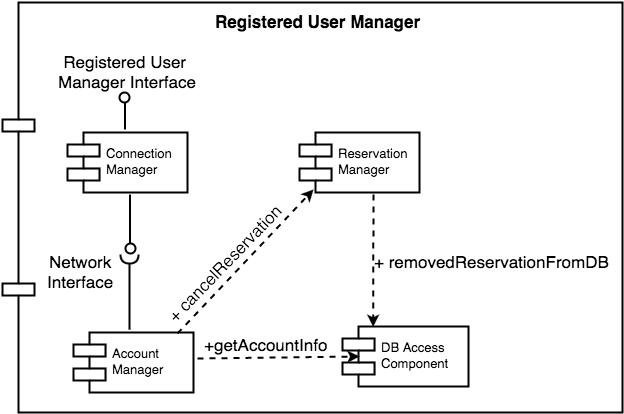
Earlier version of the draw.io export DD/Images/RegisteredUserComponent.png (isiagosti/SoftEng2_PowerEnJoy). Source tidied: cells renumbered, new cells last; positions are measured from the earlier drawing's top-left corner, leaving out a move shared by most shapes. Its diagram source:
```xml
<mxGraphModel>
  <root>
    <mxCell id="0" />
    <mxCell id="1" parent="0" />
    <mxCell id="2" style="shape=component;align=left;spacingLeft=36;rounded=1;shadow=0;glass=0;comic=0;labelBackgroundColor=none;strokeColor=#000000;strokeWidth=2;fillColor=#FFFFFF;gradientColor=none;fontSize=13;" parent="1" vertex="1">
      <mxGeometry width="620" height="410" as="geometry" />
    </mxCell>
    <mxCell id="3" value="Connection&#10;Manager" style="shape=component;align=left;spacingLeft=36;rounded=1;shadow=0;glass=0;comic=0;labelBackgroundColor=none;strokeColor=#000000;strokeWidth=2;fillColor=#FFFFFF;gradientColor=none;fontSize=13;" parent="1" vertex="1">
      <mxGeometry x="65" y="130" width="120" height="60" as="geometry" />
    </mxCell>
    <mxCell id="4" style="shape=lollipop;direction=east;html=1;rounded=1;shadow=0;glass=0;comic=0;labelBackgroundColor=none;strokeColor=#000000;strokeWidth=2;fillColor=#FFFFFF;gradientColor=none;fontSize=13;align=center;flipH=1;" parent="1" vertex="1">
      <mxGeometry x="110" y="90" width="25" height="37" as="geometry" />
    </mxCell>
    <mxCell id="5" value="Registered User&amp;nbsp;&lt;div&gt;Manager&amp;nbsp;Interface&lt;/div&gt;" style="text;html=1;align=center;verticalAlign=top;spacingTop=-4;fontSize=17;" parent="1" vertex="1">
      <mxGeometry x="50" y="47" width="150" height="40" as="geometry" />
    </mxCell>
    <mxCell id="6" style="shape=requires;direction=south;html=1;rounded=1;shadow=0;glass=0;comic=0;labelBackgroundColor=none;strokeColor=#000000;strokeWidth=2;fillColor=#FFFFFF;gradientColor=none;fontSize=13;align=center;flipH=1;rotation=90;" parent="1" vertex="1">
      <mxGeometry x="87" y="277" width="80" height="20" as="geometry" />
    </mxCell>
    <mxCell id="7" style="shape=lollipop;direction=north;html=1;rounded=1;shadow=0;glass=0;comic=0;labelBackgroundColor=none;strokeColor=#000000;strokeWidth=2;fillColor=#FFFFFF;gradientColor=none;fontSize=13;align=center;flipH=1;rotation=90;" parent="1" vertex="1">
      <mxGeometry x="98" y="209" width="59" height="25" as="geometry" />
    </mxCell>
    <mxCell id="8" value="Account&#10;Manager" style="shape=component;align=left;spacingLeft=36;rounded=1;shadow=0;glass=0;comic=0;labelBackgroundColor=none;strokeColor=#000000;strokeWidth=2;fillColor=#FFFFFF;gradientColor=none;fontSize=13;" parent="1" vertex="1">
      <mxGeometry x="71" y="330" width="120" height="60" as="geometry" />
    </mxCell>
    <mxCell id="9" value="Reservation&#10;Manager" style="shape=component;align=left;spacingLeft=36;rounded=1;shadow=0;glass=0;comic=0;labelBackgroundColor=none;strokeColor=#000000;strokeWidth=2;fillColor=#FFFFFF;gradientColor=none;fontSize=13;" parent="1" vertex="1">
      <mxGeometry x="297" y="130" width="120" height="60" as="geometry" />
    </mxCell>
    <mxCell id="10" value="DB Access&#10;Component" style="shape=component;align=left;spacingLeft=36;rounded=1;shadow=0;glass=0;comic=0;labelBackgroundColor=none;strokeColor=#000000;strokeWidth=2;fillColor=#FFFFFF;gradientColor=none;fontSize=13;" parent="1" vertex="1">
      <mxGeometry x="340" y="324" width="126" height="60" as="geometry" />
    </mxCell>
    <mxCell id="11" style="endArrow=classic;html=1;strokeColor=#000000;strokeWidth=2;fontSize=17;entryX=0.115;entryY=0.957;entryPerimeter=0;dashed=1;" parent="1" edge="1" target="9">
      <mxGeometry x="255" y="237.4" as="geometry">
        <mxPoint x="175" y="331" as="sourcePoint" />
      </mxGeometry>
    </mxCell>
    <mxCell id="12" value="+ cancelReservation" style="text;html=1;align=left;verticalAlign=top;spacingTop=-4;fontSize=17;rotation=314;" parent="1" vertex="1">
      <mxGeometry x="140" y="245" width="170" height="20" as="geometry" />
    </mxCell>
    <mxCell id="13" style="endArrow=classic;html=1;dashed=1;strokeColor=#000000;strokeWidth=2;fontSize=17;exitX=0.615;exitY=1.029;exitPerimeter=0;entryX=0.615;entryY=-0.007;entryPerimeter=0;" parent="1" edge="1" source="9">
      <mxGeometry x="451.1" y="241.7" as="geometry">
        <mxPoint x="370.6" y="324.3" as="targetPoint" />
      </mxGeometry>
    </mxCell>
    <mxCell id="14" value="+ removedReservationFromDB" style="text;html=1;align=left;verticalAlign=top;spacingTop=-4;fontSize=17;" parent="1" vertex="1">
      <mxGeometry x="370" y="247" width="250" height="20" as="geometry" />
    </mxCell>
    <mxCell id="15" value="Network&lt;div&gt;Interface&lt;/div&gt;" style="text;html=1;align=center;verticalAlign=top;spacingTop=-4;fontSize=17;" parent="1" vertex="1">
      <mxGeometry x="38" y="247" width="80" height="40" as="geometry" />
    </mxCell>
    <mxCell id="16" style="endArrow=classic;html=1;dashed=1;strokeColor=#000000;strokeWidth=2;fontSize=17;entryX=0.131;entryY=0.495;entryPerimeter=0;" parent="1" edge="1" target="10">
      <mxGeometry x="275" y="404" as="geometry">
        <mxPoint x="195" y="356" as="sourcePoint" />
      </mxGeometry>
    </mxCell>
    <mxCell id="17" value="+getAccountInfo" style="text;html=1;align=left;verticalAlign=top;spacingTop=-4;fontSize=17;" parent="1" vertex="1">
      <mxGeometry x="200" y="330" width="140" height="20" as="geometry" />
    </mxCell>
    <mxCell id="18" value="&lt;b&gt;Registered User&amp;nbsp;&lt;span&gt;Manager&lt;/span&gt;&lt;/b&gt;" style="text;html=1;align=center;verticalAlign=top;spacingTop=-4;fontSize=17;" parent="1" vertex="1">
      <mxGeometry x="205" y="7" width="220" height="20" as="geometry" />
    </mxCell>
  </root>
</mxGraphModel>
```
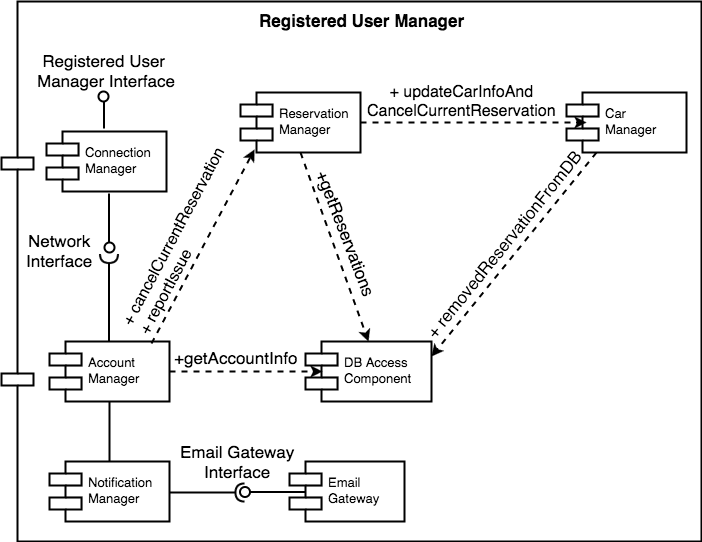
After the change.

Change to the diagram source:
```diff
@@ -3,7 +3,7 @@
     <mxCell id="0" />
     <mxCell id="1" parent="0" />
     <mxCell id="2" style="shape=component;align=left;spacingLeft=36;rounded=1;shadow=0;glass=0;comic=0;labelBackgroundColor=none;strokeColor=#000000;strokeWidth=2;fillColor=#FFFFFF;gradientColor=none;fontSize=13;" parent="1" vertex="1">
-      <mxGeometry width="620" height="410" as="geometry" />
+      <mxGeometry x="20" width="700" height="540" as="geometry" />
     </mxCell>
     <mxCell id="3" value="Connection&#10;Manager" style="shape=component;align=left;spacingLeft=36;rounded=1;shadow=0;glass=0;comic=0;labelBackgroundColor=none;strokeColor=#000000;strokeWidth=2;fillColor=#FFFFFF;gradientColor=none;fontSize=13;" parent="1" vertex="1">
       <mxGeometry x="65" y="130" width="120" height="60" as="geometry" />
@@ -15,49 +15,76 @@
       <mxGeometry x="50" y="47" width="150" height="40" as="geometry" />
     </mxCell>
     <mxCell id="6" style="shape=requires;direction=south;html=1;rounded=1;shadow=0;glass=0;comic=0;labelBackgroundColor=none;strokeColor=#000000;strokeWidth=2;fillColor=#FFFFFF;gradientColor=none;fontSize=13;align=center;flipH=1;rotation=90;" parent="1" vertex="1">
-      <mxGeometry x="87" y="277" width="80" height="20" as="geometry" />
+      <mxGeometry x="66" y="299" width="123" height="20" as="geometry" />
     </mxCell>
     <mxCell id="7" style="shape=lollipop;direction=north;html=1;rounded=1;shadow=0;glass=0;comic=0;labelBackgroundColor=none;strokeColor=#000000;strokeWidth=2;fillColor=#FFFFFF;gradientColor=none;fontSize=13;align=center;flipH=1;rotation=90;" parent="1" vertex="1">
       <mxGeometry x="98" y="209" width="59" height="25" as="geometry" />
     </mxCell>
+    <mxCell id="19" style="edgeStyle=orthogonalEdgeStyle;rounded=0;comic=0;html=1;exitX=0.5;exitY=1;entryX=0.5;entryY=0;labelBackgroundColor=#FF0000;startArrow=none;startFill=0;startSize=6;endArrow=none;endFill=0;endSize=6;jettySize=auto;strokeColor=#000000;strokeWidth=2;fontSize=17;fontColor=#000000;" parent="1" edge="1" source="8" target="29">
+      <mxGeometry relative="1" as="geometry" />
+    </mxCell>
     <mxCell id="8" value="Account&#10;Manager" style="shape=component;align=left;spacingLeft=36;rounded=1;shadow=0;glass=0;comic=0;labelBackgroundColor=none;strokeColor=#000000;strokeWidth=2;fillColor=#FFFFFF;gradientColor=none;fontSize=13;" parent="1" vertex="1">
-      <mxGeometry x="71" y="330" width="120" height="60" as="geometry" />
+      <mxGeometry x="68" y="340" width="120" height="60" as="geometry" />
     </mxCell>
     <mxCell id="9" value="Reservation&#10;Manager" style="shape=component;align=left;spacingLeft=36;rounded=1;shadow=0;glass=0;comic=0;labelBackgroundColor=none;strokeColor=#000000;strokeWidth=2;fillColor=#FFFFFF;gradientColor=none;fontSize=13;" parent="1" vertex="1">
-      <mxGeometry x="297" y="130" width="120" height="60" as="geometry" />
+      <mxGeometry x="259" y="91" width="120" height="60" as="geometry" />
     </mxCell>
     <mxCell id="10" value="DB Access&#10;Component" style="shape=component;align=left;spacingLeft=36;rounded=1;shadow=0;glass=0;comic=0;labelBackgroundColor=none;strokeColor=#000000;strokeWidth=2;fillColor=#FFFFFF;gradientColor=none;fontSize=13;" parent="1" vertex="1">
-      <mxGeometry x="340" y="324" width="126" height="60" as="geometry" />
+      <mxGeometry x="324" y="340" width="126" height="60" as="geometry" />
     </mxCell>
-    <mxCell id="11" style="endArrow=classic;html=1;strokeColor=#000000;strokeWidth=2;fontSize=17;entryX=0.115;entryY=0.957;entryPerimeter=0;dashed=1;" parent="1" edge="1" target="9">
-      <mxGeometry x="255" y="237.4" as="geometry">
-        <mxPoint x="175" y="331" as="sourcePoint" />
-      </mxGeometry>
+    <mxCell id="11" style="endArrow=classic;html=1;strokeColor=#000000;strokeWidth=2;fontSize=17;entryX=0.115;entryY=0.957;entryPerimeter=0;dashed=1;exitX=0.85;exitY=0.033;exitPerimeter=0;" parent="1" edge="1" source="8" target="9">
+      <mxGeometry x="255" y="237.4" as="geometry" />
     </mxCell>
-    <mxCell id="12" value="+ cancelReservation" style="text;html=1;align=left;verticalAlign=top;spacingTop=-4;fontSize=17;rotation=314;" parent="1" vertex="1">
-      <mxGeometry x="140" y="245" width="170" height="20" as="geometry" />
+    <mxCell id="12" value="+ cancelCurrentReservation&lt;div&gt;+ reportIssue&lt;/div&gt;" style="text;html=1;align=left;verticalAlign=top;spacingTop=-4;fontSize=16;rotation=298;" parent="1" vertex="1">
+      <mxGeometry x="96" y="216" width="210" height="40" as="geometry" />
     </mxCell>
-    <mxCell id="13" style="endArrow=classic;html=1;dashed=1;strokeColor=#000000;strokeWidth=2;fontSize=17;exitX=0.615;exitY=1.029;exitPerimeter=0;entryX=0.615;entryY=-0.007;entryPerimeter=0;" parent="1" edge="1" source="9">
-      <mxGeometry x="451.1" y="241.7" as="geometry">
-        <mxPoint x="370.6" y="324.3" as="targetPoint" />
-      </mxGeometry>
-    </mxCell>
-    <mxCell id="14" value="+ removedReservationFromDB" style="text;html=1;align=left;verticalAlign=top;spacingTop=-4;fontSize=17;" parent="1" vertex="1">
-      <mxGeometry x="370" y="247" width="250" height="20" as="geometry" />
+    <mxCell id="14" value="+ removedReservation&lt;span&gt;FromDB&lt;/span&gt;" style="text;html=1;align=center;verticalAlign=top;spacingTop=-4;fontSize=17;rotation=309;" parent="1" vertex="1">
+      <mxGeometry x="396" y="231" width="250" height="20" as="geometry" />
     </mxCell>
     <mxCell id="15" value="Network&lt;div&gt;Interface&lt;/div&gt;" style="text;html=1;align=center;verticalAlign=top;spacingTop=-4;fontSize=17;" parent="1" vertex="1">
-      <mxGeometry x="38" y="247" width="80" height="40" as="geometry" />
+      <mxGeometry x="38" y="227" width="80" height="40" as="geometry" />
     </mxCell>
-    <mxCell id="16" style="endArrow=classic;html=1;dashed=1;strokeColor=#000000;strokeWidth=2;fontSize=17;entryX=0.131;entryY=0.495;entryPerimeter=0;" parent="1" edge="1" target="10">
-      <mxGeometry x="275" y="404" as="geometry">
-        <mxPoint x="195" y="356" as="sourcePoint" />
-      </mxGeometry>
+    <mxCell id="16" style="endArrow=classic;html=1;dashed=1;strokeColor=#000000;strokeWidth=2;fontSize=17;entryX=0.131;entryY=0.495;entryPerimeter=0;exitX=1;exitY=0.5;" parent="1" edge="1" source="8" target="10">
+      <mxGeometry x="275" y="404" as="geometry" />
     </mxCell>
     <mxCell id="17" value="+getAccountInfo" style="text;html=1;align=left;verticalAlign=top;spacingTop=-4;fontSize=17;" parent="1" vertex="1">
-      <mxGeometry x="200" y="330" width="140" height="20" as="geometry" />
+      <mxGeometry x="191" y="344" width="140" height="20" as="geometry" />
     </mxCell>
     <mxCell id="18" value="&lt;b&gt;Registered User&amp;nbsp;&lt;span&gt;Manager&lt;/span&gt;&lt;/b&gt;" style="text;html=1;align=center;verticalAlign=top;spacingTop=-4;fontSize=17;" parent="1" vertex="1">
-      <mxGeometry x="205" y="7" width="220" height="20" as="geometry" />
+      <mxGeometry x="270" y="7" width="220" height="20" as="geometry" />
     </mxCell>
+    <mxCell id="20" value="Car &#10;Manager" style="shape=component;align=left;spacingLeft=36;rounded=1;shadow=0;glass=0;comic=0;labelBackgroundColor=none;strokeColor=#000000;strokeWidth=2;fillColor=#FFFFFF;gradientColor=none;fontSize=13;" parent="1" vertex="1">
+      <mxGeometry x="585" y="91" width="120" height="60" as="geometry" />
+    </mxCell>
+    <mxCell id="21" style="edgeStyle=orthogonalEdgeStyle;rounded=0;html=1;exitX=1;exitY=0.5;entryX=0.167;entryY=0.496;entryPerimeter=0;dashed=1;startArrow=none;startFill=0;endArrow=classic;endFill=1;jettySize=auto;strokeColor=#000000;strokeWidth=2;fontSize=16;" parent="1" edge="1" source="9" target="20">
+      <mxGeometry relative="1" as="geometry" />
+    </mxCell>
+    <mxCell id="22" value="+ updateCarInfoAnd&lt;div&gt;CancelCurrentReservation&lt;/div&gt;" style="text;html=1;align=center;verticalAlign=top;spacingTop=-4;fontSize=16;" parent="1" vertex="1">
+      <mxGeometry x="380" y="79" width="200" height="40" as="geometry" />
+    </mxCell>
+    <mxCell id="23" style="endArrow=classic;html=1;strokeColor=#000000;strokeWidth=2;fontSize=17;entryX=1;entryY=0.25;dashed=1;exitX=0.25;exitY=1;" parent="1" edge="1" source="20" target="10">
+      <mxGeometry x="595" y="259.4" as="geometry" />
+    </mxCell>
+    <mxCell id="24" style="endArrow=classic;html=1;strokeColor=#000000;strokeWidth=2;fontSize=17;entryX=0.5;entryY=0;dashed=1;exitX=0.5;exitY=1;" parent="1" edge="1" source="9" target="10">
+      <mxGeometry x="275" y="257.4" as="geometry" />
+    </mxCell>
+    <mxCell id="25" value="+getReservations" style="text;html=1;align=left;verticalAlign=top;spacingTop=-4;fontSize=17;rotation=69;" parent="1" vertex="1">
+      <mxGeometry x="295" y="228" width="150" height="20" as="geometry" />
+    </mxCell>
+    <mxCell id="26" style="shape=requires;direction=north;html=1;rounded=1;shadow=0;glass=0;comic=0;labelBackgroundColor=none;strokeColor=#000000;strokeWidth=2;fillColor=#FFFFFF;gradientColor=none;fontSize=13;align=center;flipH=1;rotation=0;" parent="1" vertex="1">
+      <mxGeometry x="188" y="481" width="80" height="20" as="geometry" />
+    </mxCell>
+    <mxCell id="27" style="shape=lollipop;direction=south;html=1;rounded=1;shadow=0;glass=0;comic=0;labelBackgroundColor=none;strokeColor=#000000;strokeWidth=2;fillColor=#FFFFFF;gradientColor=none;fontSize=13;align=center;flipH=1;rotation=0;" parent="1" vertex="1">
+      <mxGeometry x="258" y="478" width="66" height="25" as="geometry" />
+    </mxCell>
+    <mxCell id="28" value="Email Gateway&lt;div&gt;Interface&lt;/div&gt;" style="text;html=1;align=center;verticalAlign=top;spacingTop=-4;fontSize=17;" parent="1" vertex="1">
+      <mxGeometry x="191" y="438" width="130" height="40" as="geometry" />
+    </mxCell>
+    <mxCell id="29" value="Notification&#10;Manager" style="shape=component;align=left;spacingLeft=36;rounded=1;shadow=0;glass=0;comic=0;labelBackgroundColor=none;strokeColor=#000000;strokeWidth=2;fillColor=#FFFFFF;gradientColor=none;fontSize=13;" parent="1" vertex="1">
+      <mxGeometry x="68" y="460" width="120" height="60" as="geometry" />
+    </mxCell>
+    <mxCell id="30" value="Email&#10;Gateway" style="shape=component;align=left;spacingLeft=36;rounded=1;shadow=0;glass=0;comic=0;labelBackgroundColor=none;strokeColor=#000000;strokeWidth=2;fillColor=#FFFFFF;gradientColor=none;fontSize=13;" parent="1" vertex="1">
+      <mxGeometry x="308" y="460" width="115" height="60" as="geometry" />
+    </mxCell>
   </root>
 </mxGraphModel>
```
